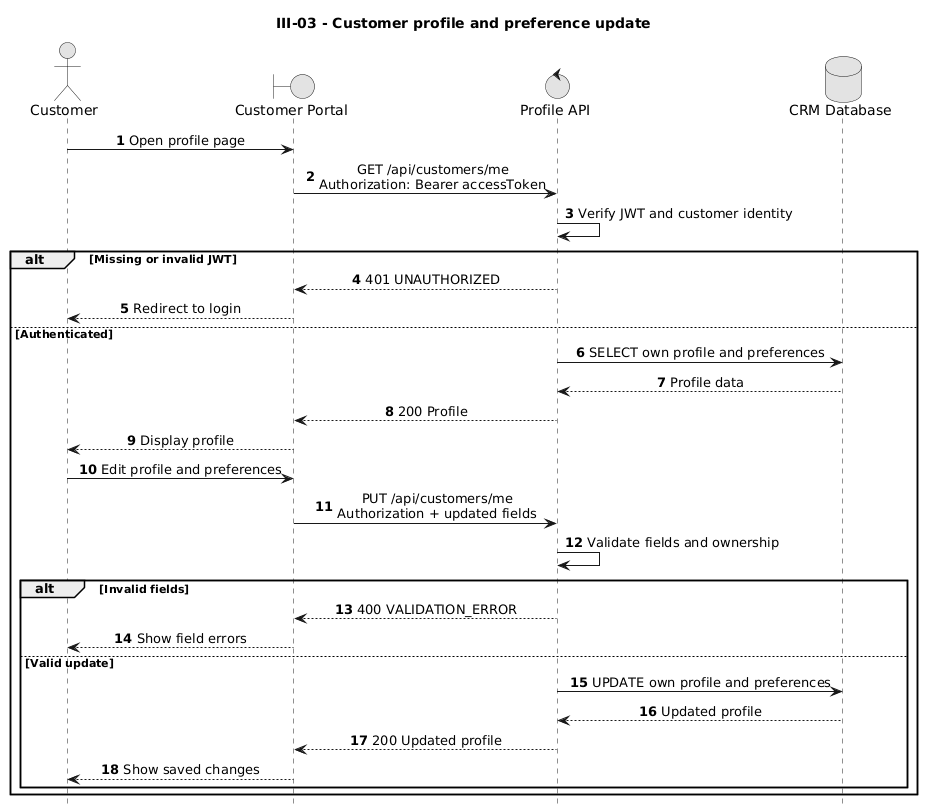
Above: docs/diagrams/customer/III-03-profile-preference.png in duygri/do-an-htttdn-crm (PlantUML), before the change. The source it was exported from:
```plantuml
@startuml
title III-03 - Customer profile and preference update

autonumber
hide footbox
skinparam monochrome true
skinparam sequenceMessageAlign center
skinparam responseMessageBelowArrow true

actor Customer
boundary "Customer Portal" as Web
control "Profile API" as API
database "CRM Database" as DB

Customer -> Web: Open profile page
Web -> API: GET /api/customers/me\nAuthorization: Bearer accessToken
API -> API: Verify JWT and customer identity

alt Missing or invalid JWT
    API --> Web: 401 UNAUTHORIZED
    Web --> Customer: Redirect to login
else Authenticated
    API -> DB: SELECT own profile and preferences
    DB --> API: Profile data
    API --> Web: 200 Profile
    Web --> Customer: Display profile

    Customer -> Web: Edit profile and preferences
    Web -> API: PUT /api/customers/me\nAuthorization + updated fields
    API -> API: Validate fields and ownership

    alt Invalid fields
        API --> Web: 400 VALIDATION_ERROR
        Web --> Customer: Show field errors
    else Valid update
        API -> DB: UPDATE own profile and preferences
        DB --> API: Updated profile
        API --> Web: 200 Updated profile
        Web --> Customer: Show saved changes
    end
end

@enduml
```
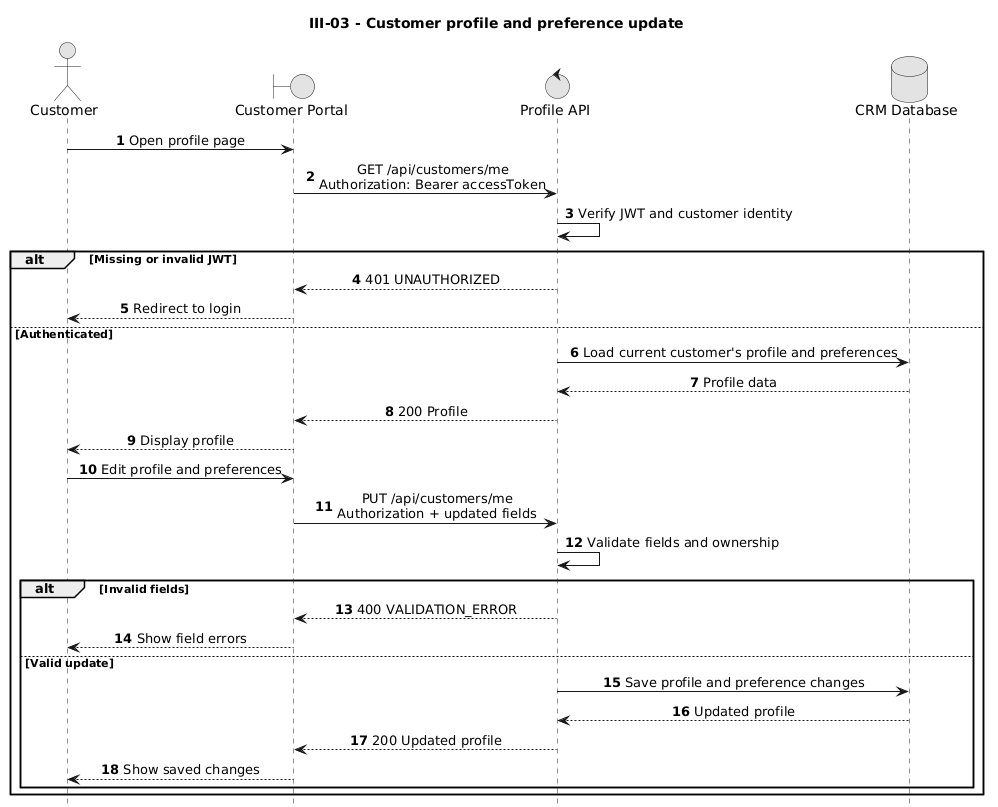
Above is the later version.

Change to the diagram source:
```diff
@@ -20,7 +20,7 @@
     API --> Web: 401 UNAUTHORIZED
     Web --> Customer: Redirect to login
 else Authenticated
-    API -> DB: SELECT own profile and preferences
+    API -> DB: Load current customer's profile and preferences
     DB --> API: Profile data
     API --> Web: 200 Profile
     Web --> Customer: Display profile
@@ -33,7 +33,7 @@
         API --> Web: 400 VALIDATION_ERROR
         Web --> Customer: Show field errors
     else Valid update
-        API -> DB: UPDATE own profile and preferences
+        API -> DB: Save profile and preference changes
         DB --> API: Updated profile
         API --> Web: 200 Updated profile
         Web --> Customer: Show saved changes
```
